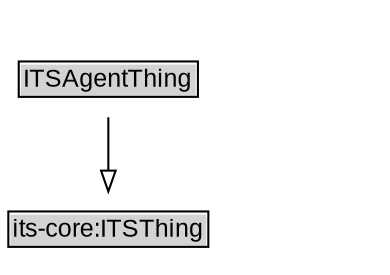
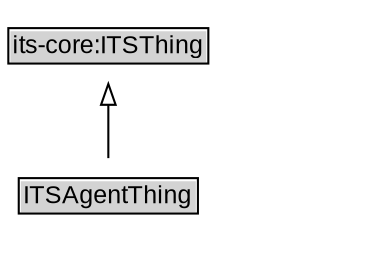
// Diagram for ITSAgentThing
digraph {
	graph [overlap=false rankdir=TB splines=true]
	node [fontname=Arial fontsize=12 margin=0 shape=none]
	edge [fontname=Arial fontsize=11]
+ 	{
+ 		rank=source
+ 		"its-core_ITSThing" [label=<<TABLE BORDER="1" CELLBORDER="0" CELLSPACING="0" CELLPADDING="1"><TR><TD BGCOLOR="lightgray" ALIGN="CENTER">its-core:ITSThing</TD></TR></TABLE>> URL="https://w3id.org/itsdata/core/v1/ITSThing" margin=0]
+ 	}
	ITSAgentThing [label=<<TABLE BORDER="1" CELLBORDER="0" CELLSPACING="0" CELLPADDING="1"><TR><TD BGCOLOR="lightgray" ALIGN="CENTER">ITSAgentThing</TD></TR></TABLE>> URL="../ITSAgentThing" margin=0]
	{
		rank=max
	}
	subgraph cluster_associated {
		label="" style=invis
		Invis [label=<<TABLE BORDER="0" CELLBORDER="0" CELLSPACING="0" CELLPADDING="1"><TR><TD></TD></TR></TABLE>> margin=0 style=invis]
	}
- 	"its-core_ITSThing" [label=<<TABLE BORDER="1" CELLBORDER="0" CELLSPACING="0" CELLPADDING="1"><TR><TD BGCOLOR="lightgray" ALIGN="CENTER">its-core:ITSThing</TD></TR></TABLE>> URL="https://w3id.org/itsdata/core/v1/ITSThing" margin=0]
	ITSAgentThing -> "its-core_ITSThing" [arrowhead=onormal style=solid]
}
